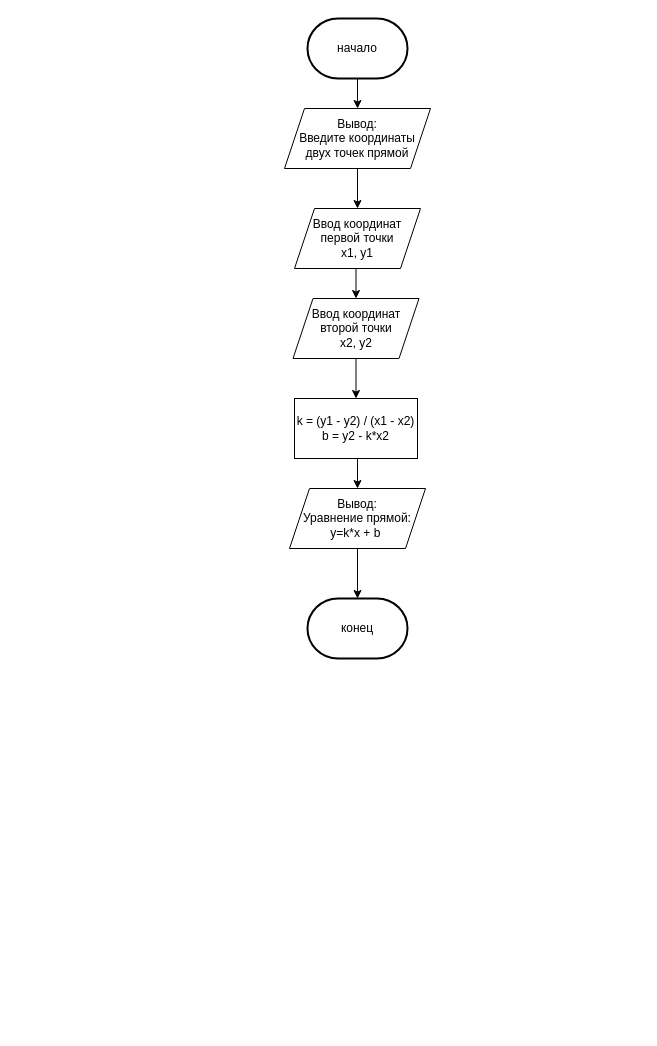
The draw.io diagram page "les_1_task_2" (2 of 5) of Untitled Diagram.drawio in Fawe0000/Algoritms_for_pitone, before the edit. Source tidied: cells renumbered, new cells numbered last; positions are measured from the earlier drawing's top-left corner, leaving out a move shared by most shapes. Both pictures are drawn from the tidied source at 100%, with x=0, y=0 at pixel (284, 18).
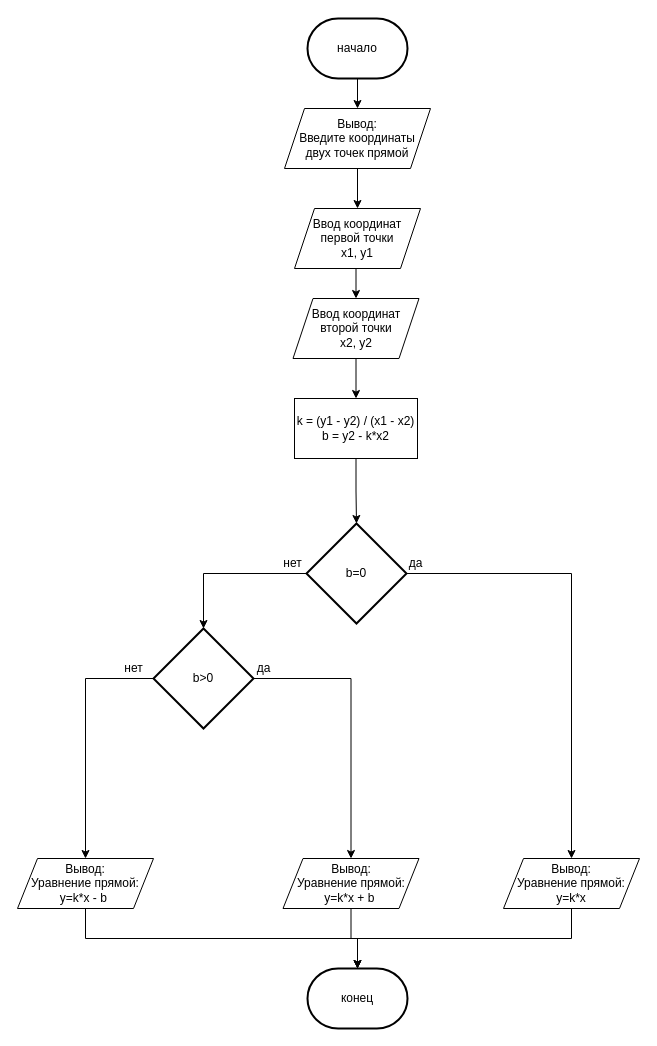
The same page after the edit.

Unchanged cells that the change refers to:
```xml
<mxCell id="11" value="&lt;div&gt;k = (y1 - y2) / (x1 - x2)&lt;/div&gt;&lt;div&gt;b = y2 - k*x2&lt;/div&gt;" style="rounded=0;whiteSpace=wrap;html=1;" parent="1" vertex="1">
  <mxGeometry x="10" y="380" width="123" height="60" as="geometry" />
</mxCell>
```

The edit, as a diff of the source:
```diff
@@
-    <mxCell id="10" style="edgeStyle=orthogonalEdgeStyle;rounded=0;jettySize=auto;html=1;exitX=0.5;exitY=1;exitDx=0;exitDy=0;entryX=0.5;entryY=0;entryDx=0;entryDy=0;" parent="1" edge="1" source="11" target="13">
+    <mxCell id="10" style="edgeStyle=orthogonalEdgeStyle;rounded=0;jettySize=auto;html=1;exitX=0.5;exitY=1;exitDx=0;exitDy=0;entryX=0.5;entryY=0;entryDx=0;entryDy=0;entryPerimeter=0;" parent="1" edge="1" source="11" target="17">
       <mxGeometry relative="1" as="geometry" />
     </mxCell>
@@
     <mxCell id="13" value="Вывод:&lt;br&gt;Уравнение прямой:&lt;br&gt;y=k*x + b&amp;nbsp;" style="shape=parallelogram;perimeter=parallelogramPerimeter;whiteSpace=wrap;html=1;fixedSize=1;" parent="1" vertex="1">
-      <mxGeometry x="5" y="470" width="136" height="60" as="geometry" />
+      <mxGeometry x="-1.5" y="840" width="136" height="50" as="geometry" />
     </mxCell>
     <mxCell id="14" value="конец" style="strokeWidth=2;html=1;shape=mxgraph.flowchart.terminator;whiteSpace=wrap;" parent="1" vertex="1">
-      <mxGeometry x="23" y="580" width="100" height="60" as="geometry" />
+      <mxGeometry x="23" y="950" width="100" height="60" as="geometry" />
     </mxCell>
+    <mxCell id="15" style="edgeStyle=orthogonalEdgeStyle;rounded=0;jettySize=auto;html=1;exitX=1;exitY=0.5;exitDx=0;exitDy=0;exitPerimeter=0;entryX=0.5;entryY=0;entryDx=0;entryDy=0;" parent="1" edge="1" source="17" target="19">
+      <mxGeometry relative="1" as="geometry" />
+    </mxCell>
+    <mxCell id="16" style="edgeStyle=orthogonalEdgeStyle;rounded=0;jettySize=auto;html=1;exitX=0;exitY=0.5;exitDx=0;exitDy=0;exitPerimeter=0;entryX=0.5;entryY=0;entryDx=0;entryDy=0;entryPerimeter=0;" parent="1" edge="1" source="17" target="22">
+      <mxGeometry relative="1" as="geometry" />
+    </mxCell>
+    <mxCell id="17" value="b=0" style="strokeWidth=2;html=1;shape=mxgraph.flowchart.decision;whiteSpace=wrap;" parent="1" vertex="1">
+      <mxGeometry x="22" y="505" width="100" height="100" as="geometry" />
+    </mxCell>
+    <mxCell id="18" style="edgeStyle=orthogonalEdgeStyle;rounded=0;jettySize=auto;html=1;exitX=0.5;exitY=1;exitDx=0;exitDy=0;entryX=0.5;entryY=0;entryDx=0;entryDy=0;entryPerimeter=0;" parent="1" edge="1" source="19" target="14">
+      <mxGeometry relative="1" as="geometry" />
+    </mxCell>
+    <mxCell id="19" value="Вывод:&lt;br&gt;Уравнение прямой:&lt;br&gt;y=k*x" style="shape=parallelogram;perimeter=parallelogramPerimeter;whiteSpace=wrap;html=1;fixedSize=1;" parent="1" vertex="1">
+      <mxGeometry x="219" y="840" width="136" height="50" as="geometry" />
+    </mxCell>
+    <mxCell id="20" style="edgeStyle=orthogonalEdgeStyle;rounded=0;jettySize=auto;html=1;exitX=1;exitY=0.5;exitDx=0;exitDy=0;exitPerimeter=0;entryX=0.5;entryY=0;entryDx=0;entryDy=0;" parent="1" edge="1" source="22" target="13">
+      <mxGeometry relative="1" as="geometry" />
+    </mxCell>
+    <mxCell id="21" style="edgeStyle=orthogonalEdgeStyle;rounded=0;jettySize=auto;html=1;exitX=0;exitY=0.5;exitDx=0;exitDy=0;exitPerimeter=0;entryX=0.5;entryY=0;entryDx=0;entryDy=0;" parent="1" edge="1" source="22" target="24">
+      <mxGeometry relative="1" as="geometry" />
+    </mxCell>
+    <mxCell id="22" value="b&amp;gt;0" style="strokeWidth=2;html=1;shape=mxgraph.flowchart.decision;whiteSpace=wrap;" parent="1" vertex="1">
+      <mxGeometry x="-131" y="610" width="100" height="100" as="geometry" />
+    </mxCell>
+    <mxCell id="23" style="edgeStyle=orthogonalEdgeStyle;rounded=0;jettySize=auto;html=1;exitX=0.5;exitY=1;exitDx=0;exitDy=0;entryX=0.5;entryY=0;entryDx=0;entryDy=0;entryPerimeter=0;" parent="1" edge="1" source="24" target="14">
+      <mxGeometry relative="1" as="geometry" />
+    </mxCell>
+    <mxCell id="24" value="Вывод:&lt;br&gt;Уравнение прямой:&lt;br&gt;y=k*x - b&amp;nbsp;" style="shape=parallelogram;perimeter=parallelogramPerimeter;whiteSpace=wrap;html=1;fixedSize=1;" parent="1" vertex="1">
+      <mxGeometry x="-267" y="840" width="136" height="50" as="geometry" />
+    </mxCell>
+    <mxCell id="25" value="да" style="text;html=1;align=center;verticalAlign=middle;" parent="1" vertex="1">
+      <mxGeometry x="116" y="535" width="30" height="20" as="geometry" />
+    </mxCell>
+    <mxCell id="26" value="нет" style="text;html=1;align=center;verticalAlign=middle;" parent="1" vertex="1">
+      <mxGeometry x="-7" y="535" width="30" height="20" as="geometry" />
+    </mxCell>
+    <mxCell id="27" value="да" style="text;html=1;align=center;verticalAlign=middle;" parent="1" vertex="1">
+      <mxGeometry x="-36" y="640" width="30" height="20" as="geometry" />
+    </mxCell>
+    <mxCell id="28" value="нет" style="text;html=1;align=center;verticalAlign=middle;" parent="1" vertex="1">
+      <mxGeometry x="-166" y="640" width="30" height="20" as="geometry" />
+    </mxCell>
```
